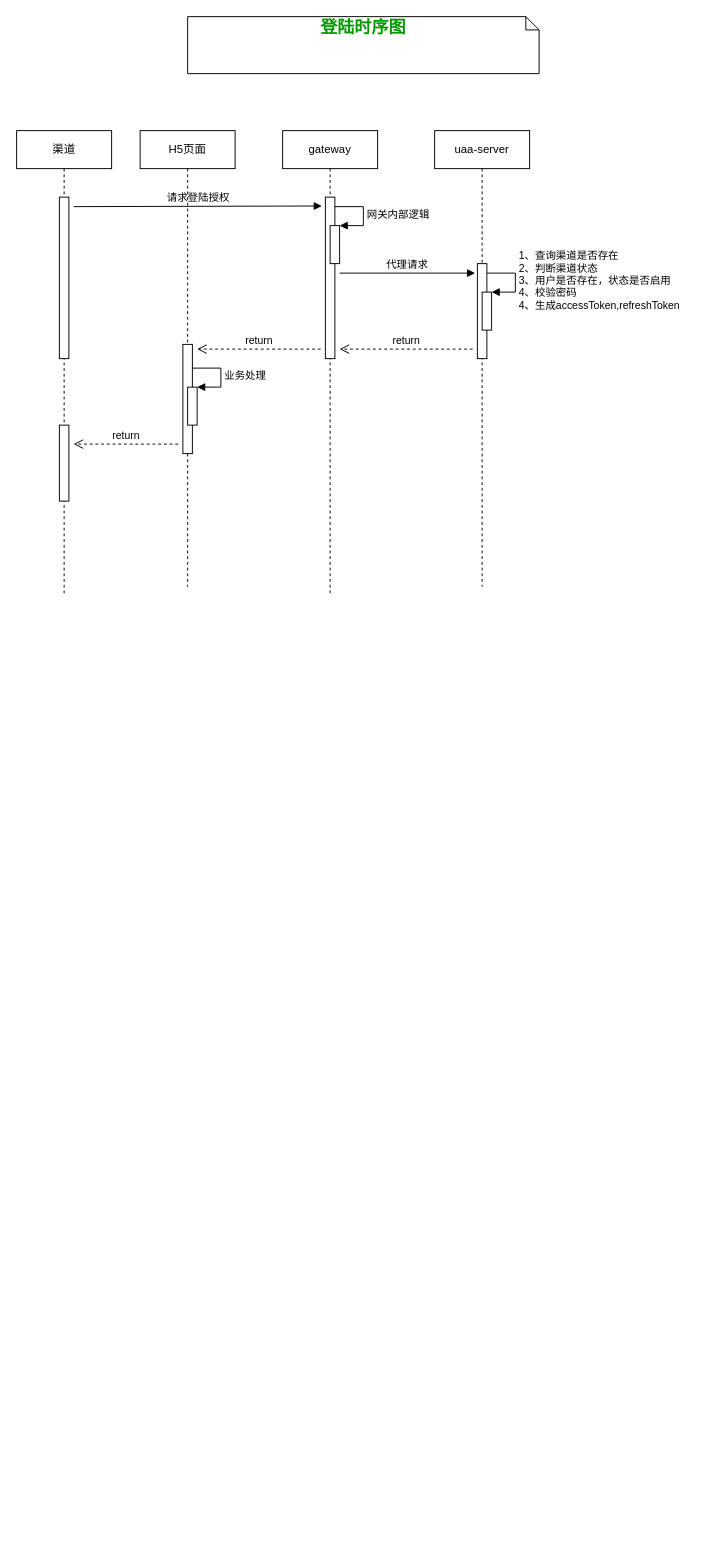
Before: Juzi/登陆流程.drawio in Gopanpan/Gopan-drawing, a draw.io diagram. Source tidied: cells renumbered, new cells numbered last; positions are measured from the earlier drawing's top-left corner, leaving out a move shared by most shapes. Both pictures are drawn from the tidied source at 95%, with x=0, y=0 at pixel (16, 16).
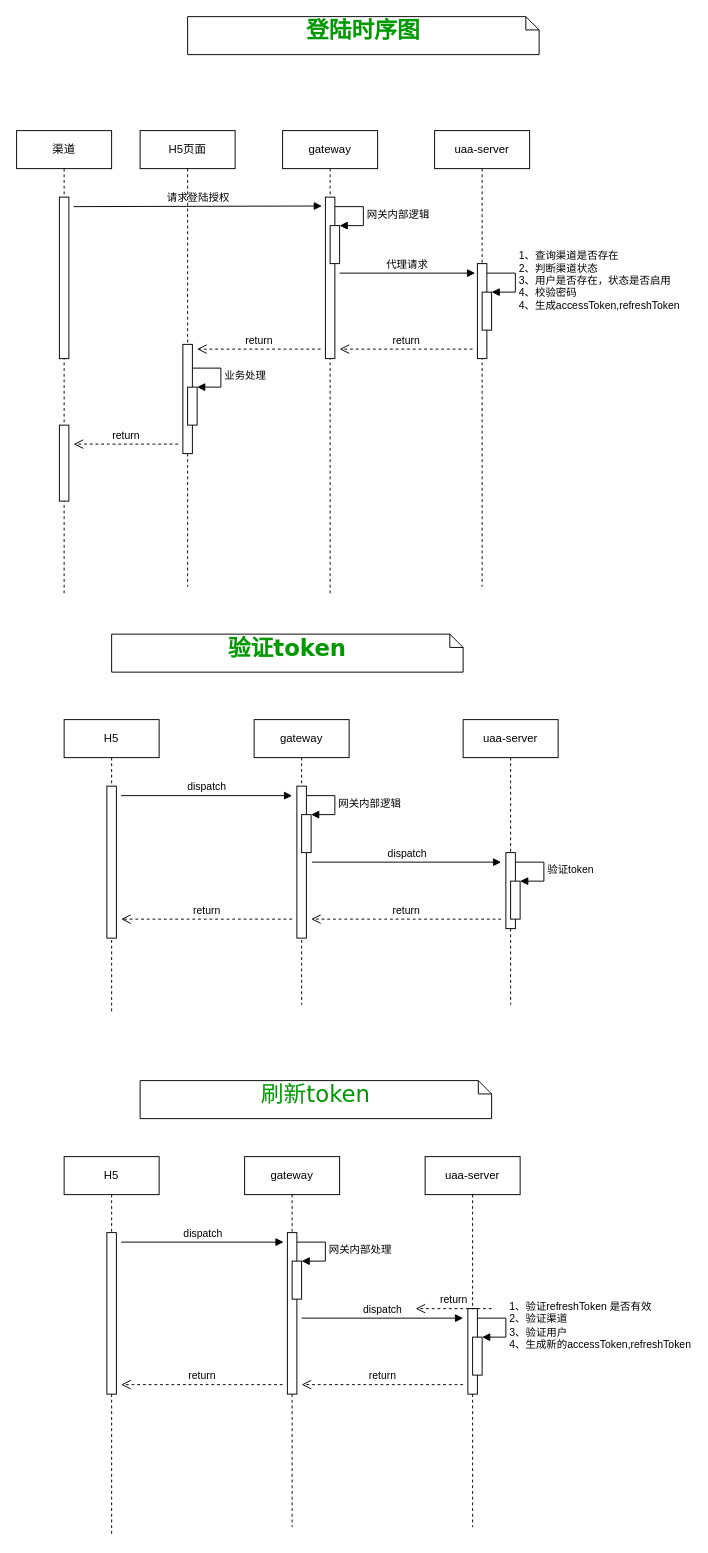
After the change.

The edit, as a diff of the source:
```diff
@@
-    <mxCell id="2" value="&lt;font style=&quot;font-size: 18px&quot;&gt;&lt;b&gt;&lt;font color=&quot;#009900&quot;&gt;登陆时序图&lt;/font&gt;&lt;br&gt;&lt;/b&gt;&lt;/font&gt;" style="shape=note;whiteSpace=wrap;html=1;size=14;verticalAlign=top;align=center;spacingTop=-6;rounded=0;shadow=0;comic=0;labelBackgroundColor=none;strokeWidth=1;fontFamily=Verdana;fontSize=12;" parent="1" vertex="1">
-      <mxGeometry x="180" width="370" height="60" as="geometry" />
+    <mxCell id="2" value="&lt;font&gt;&lt;b&gt;&lt;font color=&quot;#009900&quot; style=&quot;font-size: 24px&quot;&gt;登陆时序图&lt;/font&gt;&lt;br&gt;&lt;/b&gt;&lt;/font&gt;" style="shape=note;whiteSpace=wrap;html=1;size=14;verticalAlign=top;align=center;spacingTop=-6;rounded=0;shadow=0;comic=0;labelBackgroundColor=none;strokeWidth=1;fontFamily=Verdana;fontSize=12;" parent="1" vertex="1">
+      <mxGeometry x="180" width="370" height="40" as="geometry" />
     </mxCell>
@@
+    <mxCell id="23" value="H5" style="shape=umlLifeline;perimeter=lifelinePerimeter;whiteSpace=wrap;html=1;" parent="1" vertex="1">
+      <mxGeometry x="50" y="740" width="100" height="310" as="geometry" />
+    </mxCell>
+    <mxCell id="24" style="html=1;perimeter=orthogonalPerimeter;" parent="23" vertex="1">
+      <mxGeometry x="45" y="70" width="10" height="160" as="geometry" />
+    </mxCell>
+    <mxCell id="25" value="dispatch" style="html=1;verticalAlign=bottom;endArrow=block;" parent="23" edge="1">
+      <mxGeometry relative="1" as="geometry">
+        <mxPoint x="60" y="80" as="sourcePoint" />
+        <mxPoint x="240" y="80" as="targetPoint" />
+      </mxGeometry>
+    </mxCell>
+    <mxCell id="26" value="gateway" style="shape=umlLifeline;perimeter=lifelinePerimeter;whiteSpace=wrap;html=1;" parent="1" vertex="1">
+      <mxGeometry x="250" y="740" width="100" height="300" as="geometry" />
+    </mxCell>
+    <mxCell id="27" style="html=1;perimeter=orthogonalPerimeter;" parent="26" vertex="1">
+      <mxGeometry x="45" y="70" width="10" height="160" as="geometry" />
+    </mxCell>
+    <mxCell id="28" style="html=1;points=[];perimeter=orthogonalPerimeter;" parent="26" vertex="1">
+      <mxGeometry x="50" y="100" width="10" height="40" as="geometry" />
+    </mxCell>
+    <mxCell id="29" value="网关内部逻辑" style="edgeStyle=orthogonalEdgeStyle;html=1;align=left;spacingLeft=2;endArrow=block;rounded=0;entryX=1;entryY=0;" parent="26" edge="1" target="28">
+      <mxGeometry relative="1" as="geometry">
+        <mxPoint x="55" y="80" as="sourcePoint" />
+        <Array as="points">
+          <mxPoint x="85" y="80" />
+        </Array>
+      </mxGeometry>
+    </mxCell>
+    <mxCell id="30" value="uaa-server" style="shape=umlLifeline;perimeter=lifelinePerimeter;whiteSpace=wrap;html=1;" parent="1" vertex="1">
+      <mxGeometry x="470" y="740" width="100" height="300" as="geometry" />
+    </mxCell>
+    <mxCell id="31" style="html=1;perimeter=orthogonalPerimeter;" parent="30" vertex="1">
+      <mxGeometry x="45" y="140" width="10" height="80" as="geometry" />
+    </mxCell>
+    <mxCell id="32" style="html=1;points=[];perimeter=orthogonalPerimeter;" parent="30" vertex="1">
+      <mxGeometry x="50" y="170" width="10" height="40" as="geometry" />
+    </mxCell>
+    <mxCell id="33" value="验证token" style="edgeStyle=orthogonalEdgeStyle;html=1;align=left;spacingLeft=2;endArrow=block;rounded=0;entryX=1;entryY=0;" parent="30" edge="1" target="32">
+      <mxGeometry relative="1" as="geometry">
+        <mxPoint x="55" y="150" as="sourcePoint" />
+        <Array as="points">
+          <mxPoint x="85" y="150" />
+        </Array>
+      </mxGeometry>
+    </mxCell>
+    <mxCell id="34" value="&lt;font&gt;&lt;b&gt;&lt;font color=&quot;#009900&quot; style=&quot;font-size: 24px&quot;&gt;验证token&lt;/font&gt;&lt;br&gt;&lt;/b&gt;&lt;/font&gt;" style="shape=note;whiteSpace=wrap;html=1;size=14;verticalAlign=top;align=center;spacingTop=-6;rounded=0;shadow=0;comic=0;labelBackgroundColor=none;strokeWidth=1;fontFamily=Verdana;fontSize=12;" parent="1" vertex="1">
+      <mxGeometry x="100" y="650" width="370" height="40" as="geometry" />
+    </mxCell>
+    <mxCell id="35" value="dispatch" style="html=1;verticalAlign=bottom;endArrow=block;" parent="1" edge="1">
+      <mxGeometry relative="1" as="geometry">
+        <mxPoint x="311" y="890" as="sourcePoint" />
+        <mxPoint x="510" y="890" as="targetPoint" />
+      </mxGeometry>
+    </mxCell>
+    <mxCell id="36" value="return" style="html=1;verticalAlign=bottom;endArrow=open;dashed=1;endSize=8;" parent="1" edge="1">
+      <mxGeometry relative="1" as="geometry">
+        <mxPoint x="510" y="950" as="sourcePoint" />
+        <mxPoint x="310" y="950" as="targetPoint" />
+      </mxGeometry>
+    </mxCell>
+    <mxCell id="37" value="return" style="html=1;verticalAlign=bottom;endArrow=open;dashed=1;endSize=8;" parent="1" edge="1">
+      <mxGeometry relative="1" as="geometry">
+        <mxPoint x="290" y="950" as="sourcePoint" />
+        <mxPoint x="110" y="950" as="targetPoint" />
+      </mxGeometry>
+    </mxCell>
+    <mxCell id="38" value="H5" style="shape=umlLifeline;perimeter=lifelinePerimeter;whiteSpace=wrap;html=1;" parent="1" vertex="1">
+      <mxGeometry x="50" y="1200" width="100" height="400" as="geometry" />
+    </mxCell>
+    <mxCell id="39" style="html=1;perimeter=orthogonalPerimeter;" parent="38" vertex="1">
+      <mxGeometry x="45" y="80" width="10" height="170" as="geometry" />
+    </mxCell>
+    <mxCell id="40" value="dispatch" style="html=1;verticalAlign=bottom;endArrow=block;" parent="38" edge="1">
+      <mxGeometry relative="1" as="geometry">
+        <mxPoint x="60" y="90" as="sourcePoint" />
+        <mxPoint x="231" y="90" as="targetPoint" />
+      </mxGeometry>
+    </mxCell>
+    <mxCell id="41" value="gateway" style="shape=umlLifeline;perimeter=lifelinePerimeter;whiteSpace=wrap;html=1;" parent="1" vertex="1">
+      <mxGeometry x="240" y="1200" width="100" height="390" as="geometry" />
+    </mxCell>
+    <mxCell id="42" style="html=1;perimeter=orthogonalPerimeter;" parent="41" vertex="1">
+      <mxGeometry x="45" y="80" width="10" height="170" as="geometry" />
+    </mxCell>
+    <mxCell id="43" style="html=1;points=[];perimeter=orthogonalPerimeter;" parent="41" vertex="1">
+      <mxGeometry x="50" y="110" width="10" height="40" as="geometry" />
+    </mxCell>
+    <mxCell id="44" value="网关内部处理" style="edgeStyle=orthogonalEdgeStyle;html=1;align=left;spacingLeft=2;endArrow=block;rounded=0;entryX=1;entryY=0;" parent="41" edge="1" target="43">
+      <mxGeometry relative="1" as="geometry">
+        <mxPoint x="55" y="90" as="sourcePoint" />
+        <Array as="points">
+          <mxPoint x="85" y="90" />
+        </Array>
+      </mxGeometry>
+    </mxCell>
+    <mxCell id="45" value="dispatch" style="html=1;verticalAlign=bottom;endArrow=block;" parent="41" edge="1">
+      <mxGeometry relative="1" as="geometry">
+        <mxPoint x="60" y="170" as="sourcePoint" />
+        <mxPoint x="230" y="170" as="targetPoint" />
+      </mxGeometry>
+    </mxCell>
+    <mxCell id="46" value="uaa-server" style="shape=umlLifeline;perimeter=lifelinePerimeter;whiteSpace=wrap;html=1;" parent="1" vertex="1">
+      <mxGeometry x="430" y="1200" width="100" height="390" as="geometry" />
+    </mxCell>
+    <mxCell id="47" style="html=1;perimeter=orthogonalPerimeter;" parent="46" vertex="1">
+      <mxGeometry x="45" y="160" width="10" height="90" as="geometry" />
+    </mxCell>
+    <mxCell id="48" style="html=1;points=[];perimeter=orthogonalPerimeter;" parent="46" vertex="1">
+      <mxGeometry x="50" y="190" width="10" height="40" as="geometry" />
+    </mxCell>
+    <mxCell id="49" value="1、验证refreshToken 是否有效&lt;br&gt;2、验证渠道&lt;br&gt;3、验证用户&lt;br&gt;4、生成新的accessToken,refreshToken" style="edgeStyle=orthogonalEdgeStyle;html=1;align=left;spacingLeft=2;endArrow=block;rounded=0;entryX=1;entryY=0;" parent="46" edge="1" target="48">
+      <mxGeometry relative="1" as="geometry">
+        <mxPoint x="55" y="170" as="sourcePoint" />
+        <Array as="points">
+          <mxPoint x="85" y="170" />
+        </Array>
+      </mxGeometry>
+    </mxCell>
+    <mxCell id="50" value="return" style="html=1;verticalAlign=bottom;endArrow=open;dashed=1;endSize=8;" parent="1" edge="1">
+      <mxGeometry relative="1" as="geometry">
+        <mxPoint x="500" y="1360" as="sourcePoint" />
+        <mxPoint x="420" y="1360" as="targetPoint" />
+      </mxGeometry>
+    </mxCell>
+    <mxCell id="51" value="return" style="html=1;verticalAlign=bottom;endArrow=open;dashed=1;endSize=8;" parent="1" edge="1">
+      <mxGeometry relative="1" as="geometry">
+        <mxPoint x="470" y="1440" as="sourcePoint" />
+        <mxPoint x="300" y="1440" as="targetPoint" />
+      </mxGeometry>
+    </mxCell>
+    <mxCell id="52" value="return" style="html=1;verticalAlign=bottom;endArrow=open;dashed=1;endSize=8;" parent="1" edge="1">
+      <mxGeometry relative="1" as="geometry">
+        <mxPoint x="280" y="1440" as="sourcePoint" />
+        <mxPoint x="110" y="1440" as="targetPoint" />
+      </mxGeometry>
+    </mxCell>
+    <mxCell id="53" value="&lt;font color=&quot;#009900&quot;&gt;&lt;span style=&quot;font-size: 24px&quot;&gt;刷新token&lt;/span&gt;&lt;/font&gt;" style="shape=note;whiteSpace=wrap;html=1;size=14;verticalAlign=top;align=center;spacingTop=-6;rounded=0;shadow=0;comic=0;labelBackgroundColor=none;strokeWidth=1;fontFamily=Verdana;fontSize=12;" parent="1" vertex="1">
+      <mxGeometry x="130" y="1120" width="370" height="40" as="geometry" />
+    </mxCell>
```
